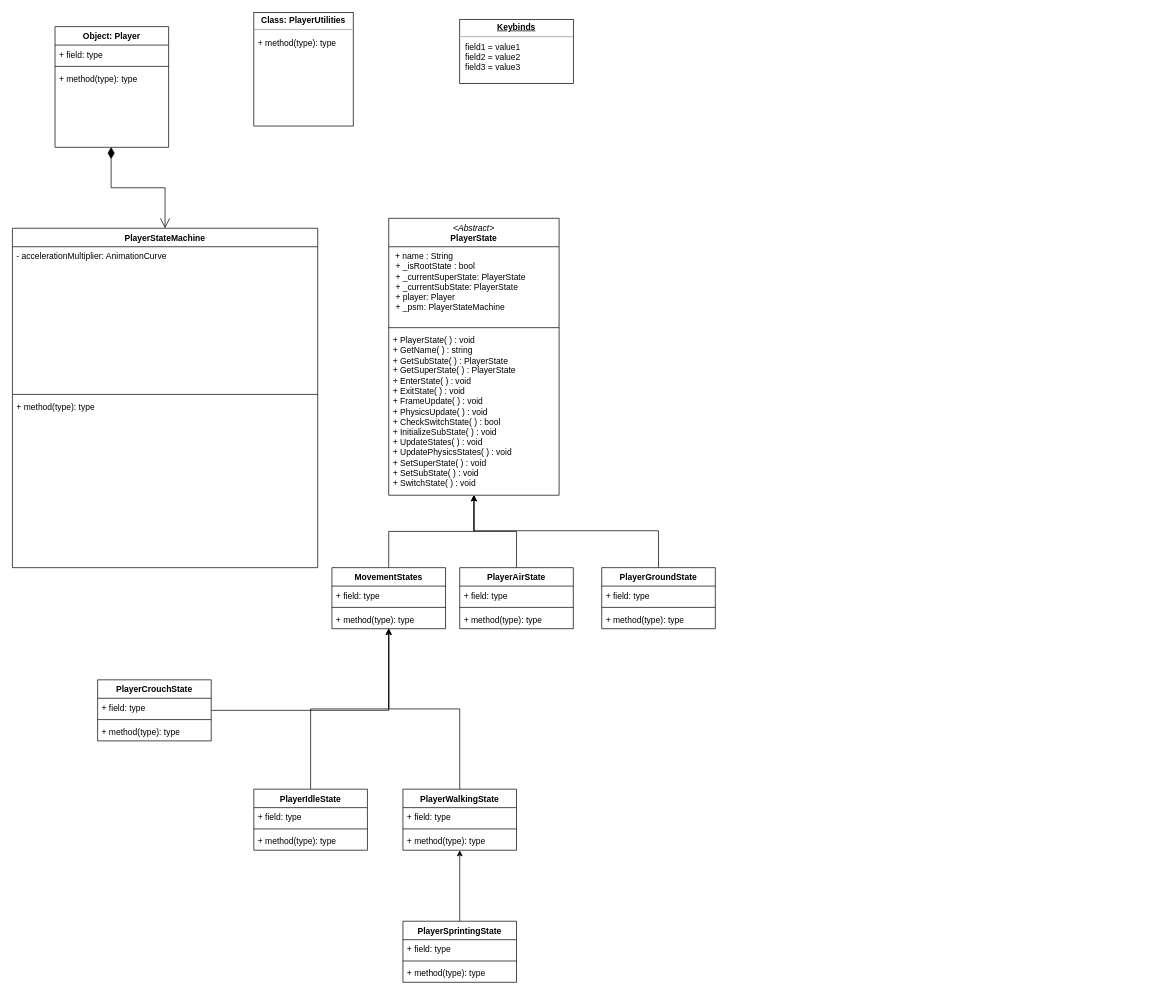
hannert/Personal-Project keeps this draw.io diagram as Untitled Diagram.drawio. Above is the earlier version. Source tidied: cells renumbered, new cells numbered last; positions are measured from the earlier drawing's top-left corner, leaving out a move shared by most shapes. Both pictures are drawn from the tidied source at 71%, with x=0, y=0 at pixel (12, 12).
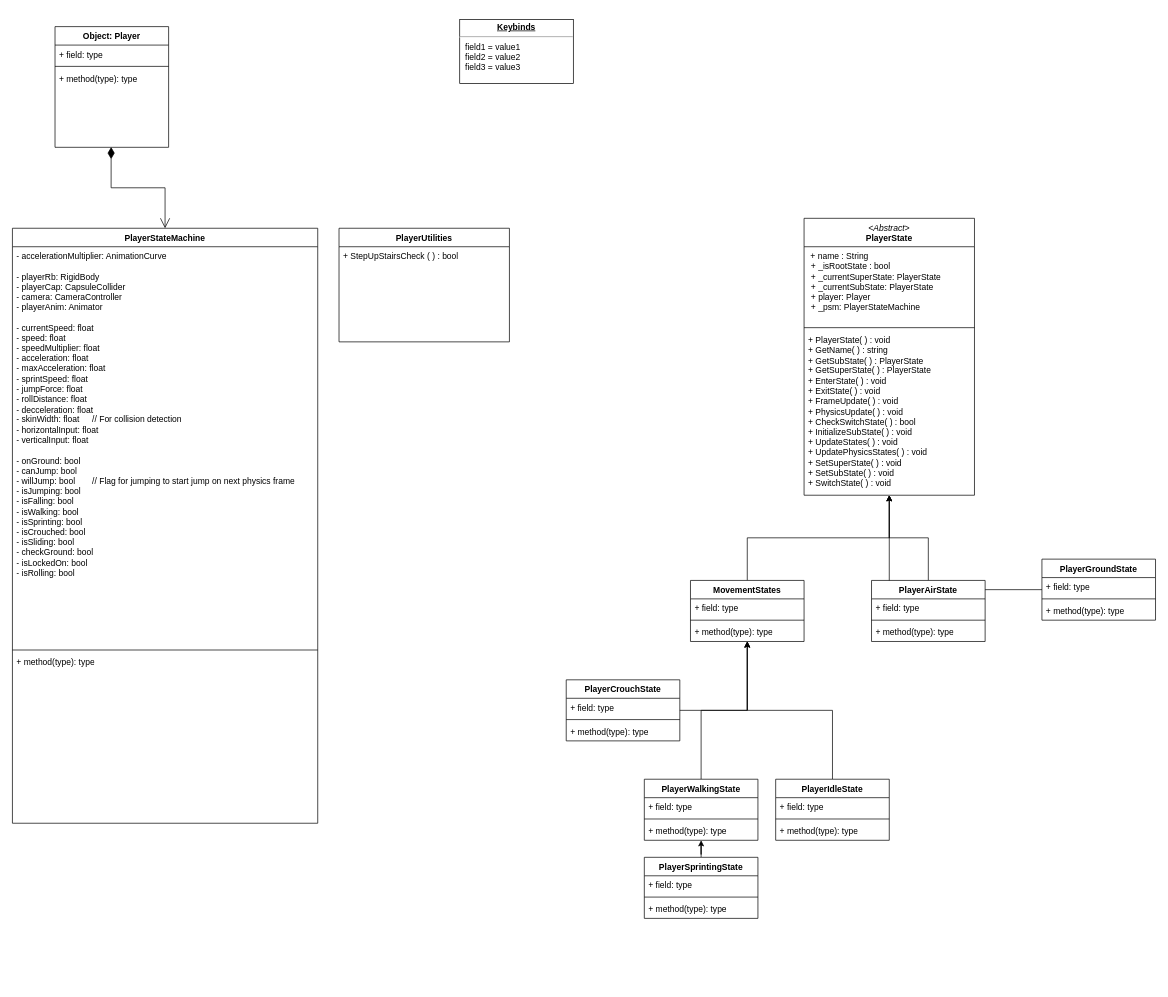
The same page after the edit.

Diff of the diagram source:
```diff
@@
-    <mxCell id="6" style="group;" parent="1" vertex="1">
-      <mxGeometry x="340" width="140" height="160" as="geometry" />
-    </mxCell>
-    <mxCell id="7" value="&lt;p style=&quot;margin:0px;margin-top:4px;text-align:center;&quot;&gt;&lt;b&gt;Class: PlayerUtilities&lt;/b&gt;&lt;/p&gt;&lt;hr size=&quot;1&quot;&gt;&lt;div style=&quot;height:2px;&quot;&gt;&lt;br&gt;&lt;/div&gt;" style="verticalAlign=top;align=left;overflow=fill;fontSize=12;fontFamily=Helvetica;html=1;whiteSpace=wrap;" parent="6" vertex="1">
-      <mxGeometry width="140" height="160" as="geometry" />
-    </mxCell>
-    <mxCell id="8" value="+ method(type): type" style="text;strokeColor=none;fillColor=none;align=left;verticalAlign=top;spacingLeft=4;spacingRight=4;overflow=hidden;whiteSpace=wrap;html=1;" parent="6" vertex="1">
-      <mxGeometry y="30" width="140" height="130" as="geometry" />
-    </mxCell>
     <mxCell id="9" value="PlayerStateMachine" style="swimlane;fontStyle=1;align=center;verticalAlign=top;horizontal=1;startSize=26;whiteSpace=wrap;html=1;" parent="1" vertex="1">
-      <mxGeometry y="304" width="430" height="478" as="geometry" />
+      <mxGeometry y="304" width="430" height="838" as="geometry" />
     </mxCell>
-    <mxCell id="10" value="- accelerationMultiplier: AnimationCurve" style="text;strokeColor=none;fillColor=none;align=left;verticalAlign=top;spacingLeft=4;spacingRight=4;overflow=hidden;whiteSpace=wrap;html=1;" parent="9" vertex="1">
-      <mxGeometry y="26" width="430" height="204" as="geometry" />
+    <mxCell id="10" value="- accelerationMultiplier: AnimationCurve&lt;br&gt;&lt;br&gt;- playerRb: RigidBody&lt;br&gt;- playerCap: CapsuleCollider&lt;br&gt;- camera: CameraController&lt;br&gt;- playerAnim: Animator&lt;br&gt;&lt;br&gt;- currentSpeed: float&lt;br&gt;- speed: float&lt;br&gt;- speedMultiplier: float&lt;br&gt;- acceleration: float&lt;br&gt;- maxAcceleration: float&lt;br&gt;- sprintSpeed: float&lt;br&gt;- jumpForce: float&lt;br&gt;- rollDistance: float&lt;br&gt;- decceleration: float&lt;br&gt;- skinWidth: float&lt;span style=&quot;white-space: pre;&quot;&gt;&#9;&lt;/span&gt;// For collision detection&lt;br&gt;- horizontalInput: float&lt;br&gt;- verticalInput: float&lt;br&gt;&lt;br&gt;- onGround: bool&lt;br&gt;- canJump: bool&lt;br&gt;- willJump: bool&lt;span style=&quot;white-space: pre;&quot;&gt;&#9;&lt;/span&gt;// Flag for jumping to start jump on next physics frame&lt;br&gt;- isJumping: bool&lt;br&gt;- isFalling: bool&lt;br&gt;- isWalking: bool&lt;br&gt;- isSprinting: bool&lt;br&gt;- isCrouched: bool&lt;br&gt;- isSliding: bool&lt;br&gt;- checkGround: bool&lt;br&gt;- isLockedOn: bool&lt;br&gt;- isRolling: bool&lt;br&gt;" style="text;strokeColor=none;fillColor=none;align=left;verticalAlign=top;spacingLeft=4;spacingRight=4;overflow=hidden;whiteSpace=wrap;html=1;" parent="9" vertex="1">
+      <mxGeometry y="26" width="430" height="564" as="geometry" />
     </mxCell>
     <mxCell id="11" style="line;strokeWidth=1;fillColor=none;align=left;verticalAlign=middle;spacingTop=-1;spacingLeft=3;spacingRight=3;labelPosition=right;strokeColor=inherit;" parent="9" vertex="1">
-      <mxGeometry y="230" width="430" height="8" as="geometry" />
+      <mxGeometry y="590" width="430" height="8" as="geometry" />
     </mxCell>
     <mxCell id="12" value="+ method(type): type" style="text;strokeColor=none;fillColor=none;align=left;verticalAlign=top;spacingLeft=4;spacingRight=4;overflow=hidden;whiteSpace=wrap;html=1;" parent="9" vertex="1">
-      <mxGeometry y="238" width="430" height="240" as="geometry" />
+      <mxGeometry y="598" width="430" height="240" as="geometry" />
     </mxCell>
@@
     <mxCell id="15" value="&lt;span style=&quot;font-weight: normal;&quot;&gt;&lt;i&gt;&amp;lt;Abstract&amp;gt;&lt;br&gt;&lt;/i&gt;&lt;/span&gt;PlayerState" style="swimlane;fontStyle=1;align=center;verticalAlign=top;horizontal=1;startSize=40;whiteSpace=wrap;html=1;" parent="1" vertex="1">
-      <mxGeometry x="530" y="290" width="240" height="390" as="geometry" />
+      <mxGeometry x="1115" y="290" width="240" height="390" as="geometry" />
     </mxCell>
@@
     <mxCell id="20" value="MovementStates" style="swimlane;fontStyle=1;align=center;verticalAlign=top;horizontal=1;startSize=26;whiteSpace=wrap;html=1;" parent="1" vertex="1">
-      <mxGeometry x="450" y="782" width="160" height="86" as="geometry" />
+      <mxGeometry x="955" y="800" width="160" height="86" as="geometry" />
     </mxCell>
@@
     <mxCell id="25" value="PlayerIdleState" style="swimlane;fontStyle=1;align=center;verticalAlign=top;horizontal=1;startSize=26;whiteSpace=wrap;html=1;" parent="1" vertex="1">
-      <mxGeometry x="340" y="1094" width="160" height="86" as="geometry" />
+      <mxGeometry x="1075" y="1080" width="160" height="86" as="geometry" />
     </mxCell>
@@
     <mxCell id="30" value="PlayerWalkingState" style="swimlane;fontStyle=1;align=center;verticalAlign=top;horizontal=1;startSize=26;whiteSpace=wrap;html=1;" parent="1" vertex="1">
-      <mxGeometry x="550" y="1094" width="160" height="86" as="geometry" />
+      <mxGeometry x="890" y="1080" width="160" height="86" as="geometry" />
     </mxCell>
@@
     <mxCell id="34" style="edgeStyle=orthogonalEdgeStyle;rounded=0;jettySize=auto;html=1;" parent="1" edge="1" source="35" target="15">
-      <mxGeometry relative="1" as="geometry">
-        <Array as="points">
-          <mxPoint x="910" y="730" />
-          <mxPoint x="650" y="730" />
-        </Array>
-      </mxGeometry>
+      <mxGeometry relative="1" as="geometry" />
     </mxCell>
     <mxCell id="35" value="PlayerGroundState" style="swimlane;fontStyle=1;align=center;verticalAlign=top;horizontal=1;startSize=26;whiteSpace=wrap;html=1;" parent="1" vertex="1">
-      <mxGeometry x="830" y="782" width="160" height="86" as="geometry" />
+      <mxGeometry x="1450" y="770" width="160" height="86" as="geometry" />
     </mxCell>
@@
     <mxCell id="40" value="PlayerAirState" style="swimlane;fontStyle=1;align=center;verticalAlign=top;horizontal=1;startSize=26;whiteSpace=wrap;html=1;" parent="1" vertex="1">
-      <mxGeometry x="630" y="782" width="160" height="86" as="geometry" />
+      <mxGeometry x="1210" y="800" width="160" height="86" as="geometry" />
     </mxCell>
@@
     <mxCell id="45" value="PlayerSprintingState" style="swimlane;fontStyle=1;align=center;verticalAlign=top;horizontal=1;startSize=26;whiteSpace=wrap;html=1;" parent="1" vertex="1">
-      <mxGeometry x="550" y="1280" width="160" height="86" as="geometry" />
+      <mxGeometry x="890" y="1190" width="160" height="86" as="geometry" />
     </mxCell>
@@
     <mxCell id="50" value="PlayerCrouchState" style="swimlane;fontStyle=1;align=center;verticalAlign=top;horizontal=1;startSize=26;whiteSpace=wrap;html=1;" parent="1" vertex="1">
-      <mxGeometry x="120" y="940" width="160" height="86" as="geometry" />
+      <mxGeometry x="780" y="940" width="160" height="86" as="geometry" />
     </mxCell>
@@
+    <mxCell id="54" value="PlayerUtilities" style="swimlane;fontStyle=1;align=center;verticalAlign=top;horizontal=1;startSize=26;whiteSpace=wrap;html=1;" parent="1" vertex="1">
+      <mxGeometry x="460" y="304" width="240" height="160" as="geometry" />
+    </mxCell>
+    <mxCell id="55" value="+ StepUpStairsCheck ( ) : bool&lt;br&gt;" style="text;strokeColor=none;fillColor=none;align=left;verticalAlign=top;spacingLeft=4;spacingRight=4;overflow=hidden;whiteSpace=wrap;html=1;" parent="54" vertex="1">
+      <mxGeometry y="26" width="240" height="134" as="geometry" />
+    </mxCell>
```
